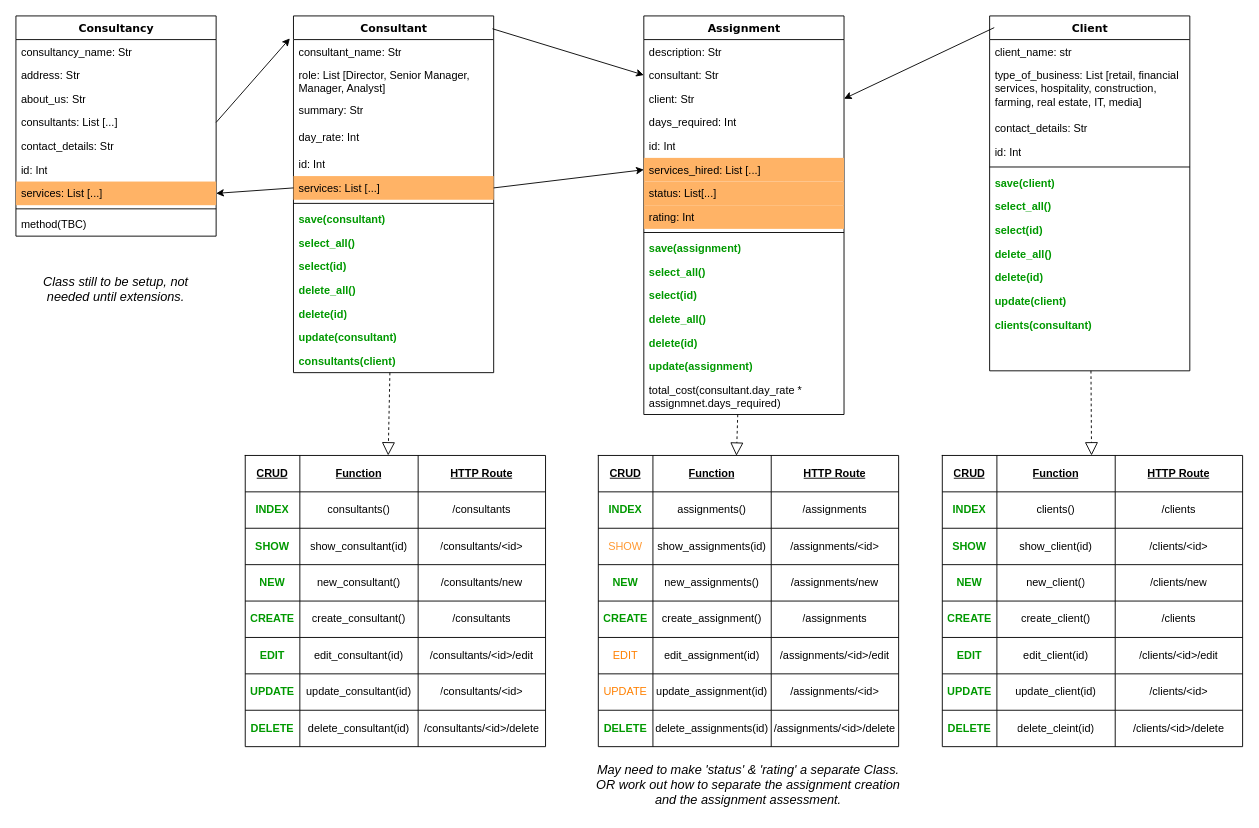
This is planning/Class Diagrams.drawio from michaelmccoll/Project_Secure_Design, a draw.io file, before an edit. Source tidied: cells renumbered, new cells numbered last; positions are measured from the earlier drawing's top-left corner, leaving out a move shared by most shapes. Both pictures are drawn from the tidied source at 91%, with x=0, y=0 at pixel (15, 15).
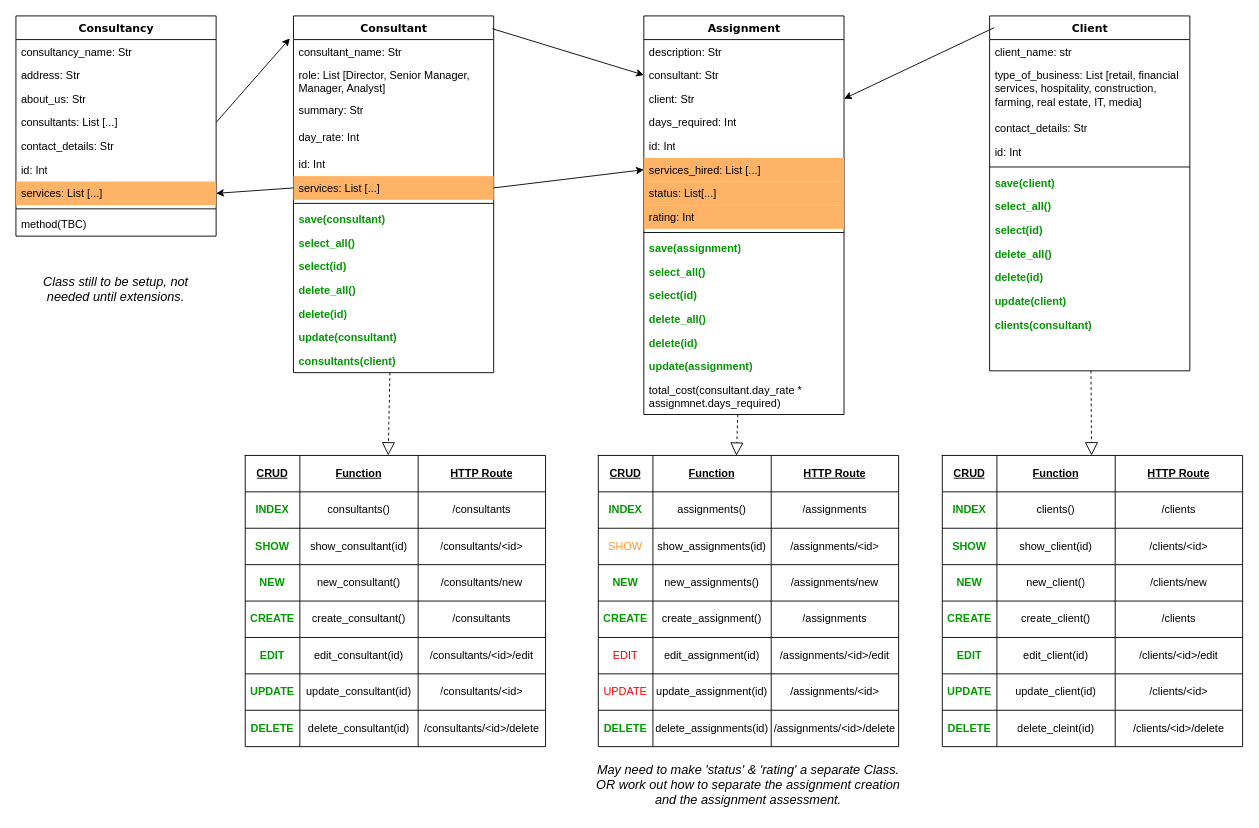
The same diagram, later.

The change refers to these unchanged cells:
```xml
<mxCell id="153" style="shape=partialRectangle;html=1;whiteSpace=wrap;fillColor=none;top=0;left=0;bottom=0;right=0;" parent="132" vertex="1">
  <mxGeometry y="200" width="330" height="40" as="geometry" />
</mxCell>
<mxCell id="157" style="shape=partialRectangle;html=1;whiteSpace=wrap;fillColor=none;top=0;left=0;bottom=0;right=0;" parent="132" vertex="1">
  <mxGeometry y="240" width="330" height="40" as="geometry" />
</mxCell>
```

Diff of the diagram source:
```diff
@@
-    <mxCell id="154" value="EDIT" style="shape=partialRectangle;html=1;whiteSpace=wrap;overflow=hidden;fillColor=none;top=0;left=0;bottom=0;right=0;fontColor=#FF8000;" parent="153" vertex="1">
+    <mxCell id="154" value="EDIT" style="shape=partialRectangle;html=1;whiteSpace=wrap;overflow=hidden;fillColor=none;top=0;left=0;bottom=0;right=0;fontColor=#FF0000;" parent="153" vertex="1">
       <mxGeometry width="60" height="40" as="geometry" />
     </mxCell>
@@
-    <mxCell id="158" value="UPDATE" style="shape=partialRectangle;html=1;whiteSpace=wrap;overflow=hidden;fillColor=none;top=0;left=0;bottom=0;right=0;fontColor=#FF8000;" parent="157" vertex="1">
+    <mxCell id="158" value="UPDATE" style="shape=partialRectangle;html=1;whiteSpace=wrap;overflow=hidden;fillColor=none;top=0;left=0;bottom=0;right=0;fontColor=#FF0000;" parent="157" vertex="1">
       <mxGeometry width="60" height="40" as="geometry" />
     </mxCell>
```
